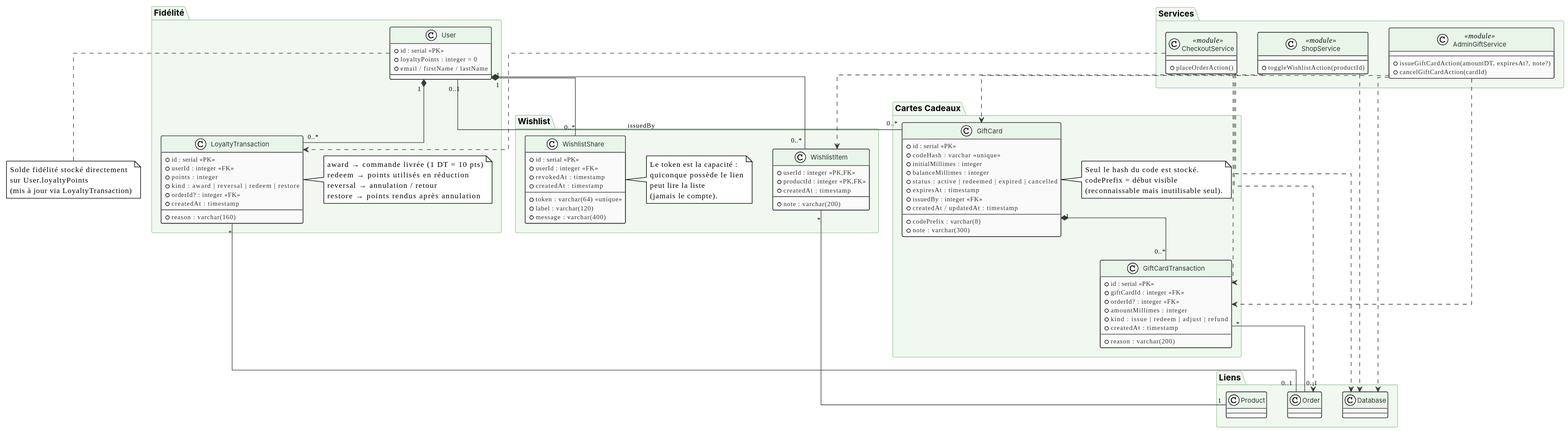
The PlantUML diagram diagrammes/CLEOPATRE_CLASS_DIAGRAMS_PFE/CLEOPATRE_CLASS_DIAGRAMS_PFE/08_FIDELITE_WISHLIST_GIFTCARDS/diagramme_classes_fidelite.svg in nssm11/zeb, before a commit.
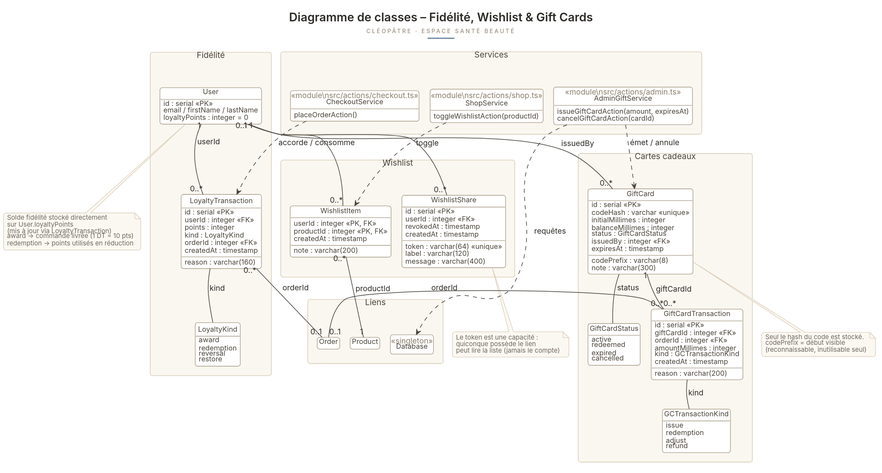
The same file after the commit.

What changed in the source:
```diff
@@ -1,157 +1,236 @@
 @startuml
-!theme plain
+skinparam shadowing false
 skinparam backgroundColor #FFFFFF
-skinparam shadowing false
+skinparam defaultFontName Inter
+skinparam defaultFontSize 13
+skinparam defaultFontColor #2C2A26
+skinparam ArrowColor #55504A
+skinparam ArrowThickness 1.1
+skinparam RoundCorner 8
+skinparam classAttributeIconSize 0
+hide circle
+hide empty fields
+hide empty methods
 skinparam class {
-  BackgroundColor #FAFAFA
-  BorderColor #2C2C2C
-  FontName Inter
+  BackgroundColor #FFFFFF
+  BorderColor #A89B85
+  BorderThickness 1
+  FontColor #2C2A26
+  FontStyle plain
   FontSize 13
-  HeaderBackgroundColor #E8F5E8
-  AttributeFontSize 11
-  AttributeFontColor #333333
+  StereotypeFontColor #8A7E69
+  StereotypeFontStyle plain
+  AttributeFontColor #4A443A
+  AttributeFontSize 12
+  AttributeFontStyle plain
+  MethodFontSize 12
+  MethodFontColor #4A443A
+  MethodFontStyle plain
+  SeparatorColor #DCCFBA
 }
+skinparam enum {
+  BackgroundColor #FCFAF5
+  BorderColor #C9BCA4
+  BorderThickness 1
+  FontColor #2C2A26
+  FontStyle plain
+  EnumFontSize 12
+}
+skinparam interface {
+  BackgroundColor #FFFFFF
+  BorderColor #A89B85
+  BorderThickness 1
+}
+skinparam packageStyle rectangle
 skinparam package {
-  BackgroundColor #F0F8F0
-  BorderColor #A0C8A0
-  FontName Inter
+  BackgroundColor #FAF7F1
+  BorderColor #DCCFBA
+  BorderThickness 1
+  FontColor #4A443A
   FontSize 14
-  FontStyle bold
+  FontStyle plain
 }
-skinparam arrow {
-  Color #3A3A3A
+skinparam note {
+  BackgroundColor #FBF8F2
+  BorderColor #DCCFBA
+  FontColor #6E675C
   FontSize 11
+  BorderThickness 1
 }
-skinparam linetype ortho
-skinparam nodesep 35
-skinparam ranksep 40
-
-package "Fidélité" as Loyalty {
-  class User {
-    + id : serial <<PK>>
-    + loyaltyPoints : integer = 0
-    + email / firstName / lastName
-  }
-
-  class LoyaltyTransaction {
-    + id : serial <<PK>>
-    + userId : integer <<FK>>
-    + points : integer
-    + reason : varchar(160)
-    + kind : award | reversal | redeem | restore
-    + orderId? : integer <<FK>>
-    + createdAt : timestamp
-  }
-
-  note right of LoyaltyTransaction
-    award     → commande livrée (1 DT = 10 pts)
-    redeem    → points utilisés en réduction
-    reversal  → annulation / retour
-    restore   → points rendus après annulation
-  end note
+skinparam sequence {
+  ArrowColor #4A463F
+  ArrowThickness 1.1
+  LifeLineBorderColor #C9BDA8
+  LifeLineBackgroundColor #FFFFFF
+  ParticipantBackgroundColor #FFFFFF
+  ParticipantBorderColor #A89B85
+  ParticipantFontColor #2C2A26
+  ParticipantFontSize 13
+  ParticipantFontStyle plain
+  ActorBackgroundColor #F6F1E8
+  ActorBorderColor #A89B85
+  ActorFontColor #2C2A26
+  ActorFontSize 13
+  GroupBackgroundColor #FAF7F1
+  GroupBorderColor #D5C7AE
+  GroupFontColor #4A443A
+  GroupHeaderFontSize 13
+  ActivationBackgroundColor #F2EDE3
+  ActivationBorderColor #C9BCA4
+  DividerBackgroundColor #F1EBDF
+  DividerBorderColor #D5C7AE
+  DividerFontColor #4A443A
+  DividerFontSize 13
+  MessageFontColor #3A352E
+  ResponseMessageFontColor #7A7263
+  BoxPadding 14
+  ParticipantPadding 22
 }
 
-package "Wishlist" as Wishlist {
-  class WishlistItem {
-    + userId : integer <<PK,FK>>
-    + productId : integer <<PK,FK>>
-    + note : varchar(200)
-    + createdAt : timestamp
+
+package "Fidélité" as PF {
+  class User {
+    id : serial «PK»
+    email / firstName / lastName
+    loyaltyPoints : integer = 0
   }
-
-  class WishlistShare {
-    + id : serial <<PK>>
-    + userId : integer <<FK>>
-    + token : varchar(64) <<unique>>
-    + label : varchar(120)
-    + message : varchar(400)
-    + revokedAt : timestamp
-    + createdAt : timestamp
+  class LoyaltyTransaction {
+    id : serial «PK»
+    userId : integer «FK»
+    points : integer
+    kind : LoyaltyKind
+    orderId : integer «FK»
+    reason : varchar(160)
+    createdAt : timestamp
   }
-
-  note right of WishlistShare
-    Le token est la capacité :
-    quiconque possède le lien
-    peut lire la liste
-    (jamais le compte).
-  end note
-}
-
-package "Cartes Cadeaux" as Gift {
-  class GiftCard {
-    + id : serial <<PK>>
-    + codeHash : varchar <<unique>>
-    + codePrefix : varchar(8)
-    + initialMillimes : integer
-    + balanceMillimes : integer
-    + status : active | redeemed | expired | cancelled
-    + expiresAt : timestamp
-    + issuedBy : integer <<FK>>
-    + note : varchar(300)
-    + createdAt / updatedAt : timestamp
-  }
-
-  class GiftCardTransaction {
-    + id : serial <<PK>>
-    + giftCardId : integer <<FK>>
-    + orderId? : integer <<FK>>
-    + amountMillimes : integer
-    + kind : issue | redeem | adjust | refund
-    + reason : varchar(200)
-    + createdAt : timestamp
-  }
-
-  note right of GiftCard
-    Seul le hash du code est stocké.
-    codePrefix = début visible
-    (reconnaissable mais inutilisable seul).
-  end note
-}
-
-package "Services" as Services {
-  class ShopService <<module>> {
-    + toggleWishlistAction(productId)
-  }
-
-  class AdminGiftService <<module>> {
-    + issueGiftCardAction(amountDT, expiresAt?, note?)
-    + cancelGiftCardAction(cardId)
-  }
-
-  class CheckoutService <<module>> {
-    + placeOrderAction()
+  enum LoyaltyKind {
+    award
+    redemption
+    reversal
+    restore
   }
 }
 
-package "Liens" as Links {
+package "Wishlist" as PW {
+  class WishlistItem {
+    userId : integer «PK, FK»
+    productId : integer «PK, FK»
+    note : varchar(200)
+    createdAt : timestamp
+  }
+  class WishlistShare {
+    id : serial «PK»
+    userId : integer «FK»
+    token : varchar(64) «unique»
+    label : varchar(120)
+    message : varchar(400)
+    revokedAt : timestamp
+    createdAt : timestamp
+  }
+}
+
+package "Cartes cadeaux" as PG {
+  class GiftCard {
+    id : serial «PK»
+    codeHash : varchar «unique»
+    codePrefix : varchar(8)
+    initialMillimes : integer
+    balanceMillimes : integer
+    status : GiftCardStatus
+    issuedBy : integer «FK»
+    expiresAt : timestamp
+    note : varchar(300)
+  }
+  class GiftCardTransaction {
+    id : serial «PK»
+    giftCardId : integer «FK»
+    orderId : integer «FK»
+    amountMillimes : integer
+    kind : GCTransactionKind
+    reason : varchar(200)
+    createdAt : timestamp
+  }
+  enum GiftCardStatus {
+    active
+    redeemed
+    expired
+    cancelled
+  }
+  enum GCTransactionKind {
+    issue
+    redemption
+    adjust
+    refund
+  }
+}
+
+package "Services" as PS {
+  class ShopService <<module\nsrc/actions/shop.ts>> {
+    toggleWishlistAction(productId)
+  }
+  class AdminGiftService <<module\nsrc/actions/admin.ts>> {
+    issueGiftCardAction(amount, expiresAt)
+    cancelGiftCardAction(cardId)
+  }
+  class CheckoutService <<module\nsrc/actions/checkout.ts>> {
+    placeOrderAction()
+  }
+}
+
+package "Liens" as PL {
   class Product
   class Order
-  class Database
+  class Database <<singleton>>
 }
 
-User "1" *-- "0..*" LoyaltyTransaction
-User "1" *-- "0..*" WishlistItem
-User "1" *-- "0..*" WishlistShare
+User "1" -- "0..*" LoyaltyTransaction : userId
+LoyaltyTransaction "0..*" -- "0..1" Order : orderId
+User "1" -- "0..*" WishlistItem
+WishlistItem "0..*" -- "1" Product : productId
+User "1" -- "0..*" WishlistShare
 User "0..1" -- "0..*" GiftCard : issuedBy
+GiftCard "1" -- "0..*" GiftCardTransaction : giftCardId
+GiftCardTransaction "0..*" -- "0..1" Order : orderId
+LoyaltyTransaction -- LoyaltyKind : kind
+GiftCard -- GiftCardStatus : status
+GiftCardTransaction -- GCTransactionKind : kind
 
-WishlistItem "*" -- "1" Product
-GiftCard "1" *-- "0..*" GiftCardTransaction
-GiftCardTransaction "*" -- "0..1" Order
-LoyaltyTransaction "*" -- "0..1" Order
-
-ShopService ..> WishlistItem
-ShopService ..> Database
-AdminGiftService ..> GiftCard
-AdminGiftService ..> GiftCardTransaction
-AdminGiftService ..> Database
-CheckoutService ..> LoyaltyTransaction
-CheckoutService ..> GiftCardTransaction
-CheckoutService ..> Order
-CheckoutService ..> Database
+ShopService ..> WishlistItem : toggle
+AdminGiftService ..> GiftCard : émet / annule
+CheckoutService ..> LoyaltyTransaction : accorde / consomme
+AdminGiftService ..> Database : requêtes
 
 note bottom of User
   Solde fidélité stocké directement
   sur User.loyaltyPoints
   (mis à jour via LoyaltyTransaction)
+  award → commande livrée (1 DT = 10 pts)
+  redemption → points utilisés en réduction
 end note
+
+note bottom of WishlistShare
+  Le token est une capacité :
+  quiconque possède le lien
+  peut lire la liste (jamais le compte)
+end note
+
+note bottom of GiftCard
+  Seul le hash du code est stocké.
+  codePrefix = début visible
+  (reconnaissable, inutilisable seul)
+end note
+
+CheckoutService -[hidden]right-> ShopService
+ShopService -[hidden]right-> AdminGiftService
+User -[hidden]down-> LoyaltyTransaction
+LoyaltyTransaction -[hidden]right-> GiftCard
+GiftCard -[hidden]right-> WishlistShare
+LoyaltyKind -[hidden]down-> LoyaltyTransaction
+GiftCardTransaction -[hidden]down-> GCTransactionKind
+WishlistShare -[hidden]right-> WishlistItem
+GiftCard -[hidden]down-> GiftCardTransaction
+GiftCardStatus -[hidden]right-> GiftCardTransaction
+WishlistItem -[hidden]down-> Product
+GiftCardTransaction -[hidden]right-> Order
+LoyaltyTransaction -[hidden]down-> Order
 @enduml
```
